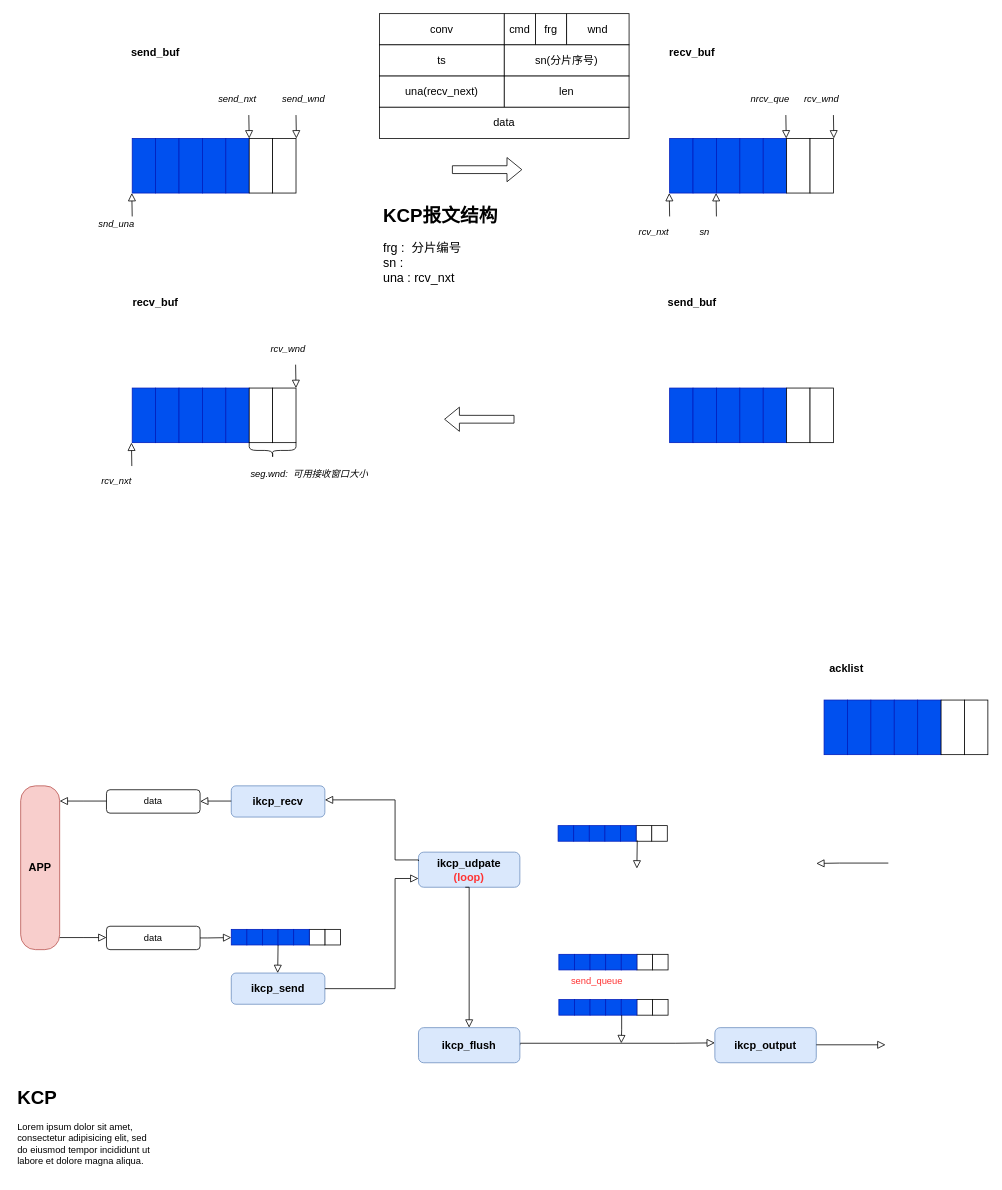
This is kcp-window.drawio from homike/media, a draw.io file, before an edit. Source tidied: cells renumbered, new cells numbered last; positions are measured from the earlier drawing's top-left corner, leaving out a move shared by most shapes. Both pictures are drawn from the tidied source at 78%, with x=0, y=0 at pixel (13, 13).
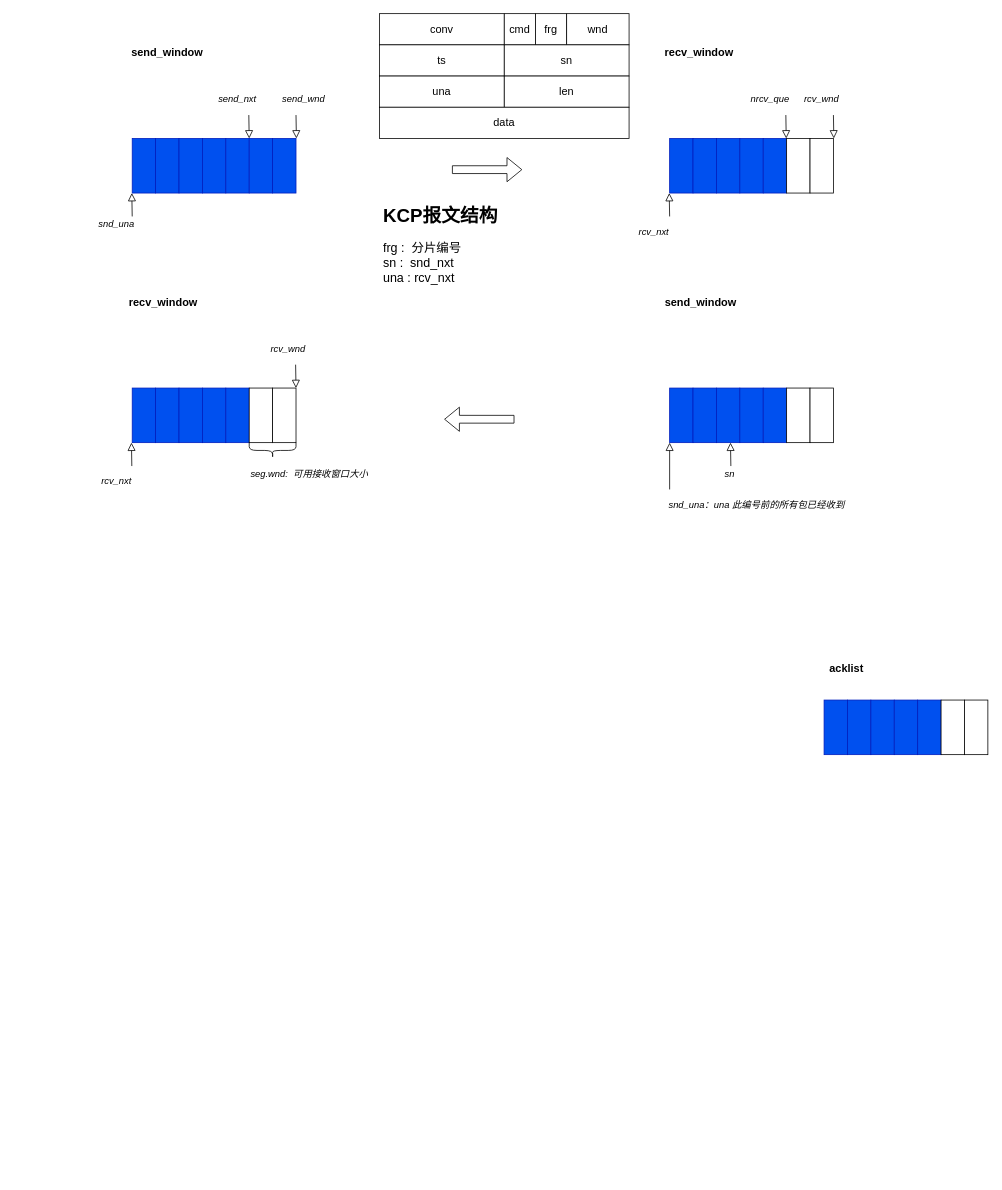
After the change.

Change to the diagram source:
```diff
@@
-    <mxCell id="2" value="APP&lt;br style=&quot;font-size: 14px;&quot;&gt;" style="rounded=1;whiteSpace=wrap;html=1;fontSize=14;glass=0;strokeWidth=1;shadow=0;fillColor=#f8cecc;strokeColor=#b85450;direction=south;arcSize=38;fontStyle=1;" parent="1" vertex="1">
-      <mxGeometry x="9" y="990" width="50" height="210" as="geometry" />
-    </mxCell>
-    <mxCell id="3" value="data" style="rounded=1;whiteSpace=wrap;html=1;fontSize=12;glass=0;strokeWidth=1;shadow=0;" parent="1" vertex="1">
-      <mxGeometry x="119" y="1170" width="120" height="30" as="geometry" />
-    </mxCell>
-    <mxCell id="4" value="data" style="rounded=1;whiteSpace=wrap;html=1;fontSize=12;glass=0;strokeWidth=1;shadow=0;" parent="1" vertex="1">
-      <mxGeometry x="119" y="995" width="120" height="30" as="geometry" />
-    </mxCell>
-    <mxCell id="5" style="rounded=0;html=1;jettySize=auto;orthogonalLoop=1;fontSize=11;endArrow=block;endFill=0;endSize=8;strokeWidth=1;shadow=0;labelBackgroundColor=none;edgeStyle=orthogonalEdgeStyle;exitX=0.067;exitY=0;exitDx=0;exitDy=0;exitPerimeter=0;" parent="1" edge="1">
-      <mxGeometry relative="1" as="geometry">
-        <mxPoint x="119" y="1009.5" as="sourcePoint" />
-        <mxPoint x="59" y="1009.5" as="targetPoint" />
-        <Array as="points">
-          <mxPoint x="89" y="1009.5" />
-          <mxPoint x="89" y="1009.5" />
-        </Array>
-      </mxGeometry>
-    </mxCell>
-    <mxCell id="6" style="rounded=0;html=1;jettySize=auto;orthogonalLoop=1;fontSize=11;endArrow=block;endFill=0;endSize=8;strokeWidth=1;shadow=0;labelBackgroundColor=none;edgeStyle=orthogonalEdgeStyle;exitX=0.067;exitY=0;exitDx=0;exitDy=0;exitPerimeter=0;" parent="1" edge="1">
-      <mxGeometry relative="1" as="geometry">
-        <mxPoint x="59" y="1184.5" as="sourcePoint" />
-        <mxPoint x="119" y="1184.5" as="targetPoint" />
-        <Array as="points">
-          <mxPoint x="89" y="1184.5" />
-          <mxPoint x="89" y="1184.5" />
-        </Array>
-      </mxGeometry>
-    </mxCell>
-    <mxCell id="7" value="ikcp_recv" style="rounded=1;whiteSpace=wrap;html=1;fontSize=14;glass=0;strokeWidth=1;shadow=0;fillColor=#dae8fc;strokeColor=#6c8ebf;fontStyle=1;" parent="1" vertex="1">
-      <mxGeometry x="279" y="990" width="120" height="40" as="geometry" />
-    </mxCell>
-    <mxCell id="8" value="&lt;span style=&quot;font-size: 14px;&quot;&gt;ikcp_send&lt;br style=&quot;font-size: 14px;&quot;&gt;&lt;/span&gt;" style="rounded=1;whiteSpace=wrap;html=1;fontSize=14;glass=0;strokeWidth=1;shadow=0;fillColor=#dae8fc;strokeColor=#6c8ebf;fontStyle=1;" parent="1" vertex="1">
-      <mxGeometry x="279" y="1230" width="120" height="40" as="geometry" />
-    </mxCell>
-    <mxCell id="9" style="rounded=0;whiteSpace=wrap;html=1;fillColor=#0050ef;strokeColor=#001DBC;fontColor=#ffffff;" parent="1" vertex="1">
-      <mxGeometry x="279" y="1174" width="20" height="20" as="geometry" />
-    </mxCell>
-    <mxCell id="10" style="rounded=0;whiteSpace=wrap;html=1;fillColor=#0050ef;strokeColor=#001DBC;fontColor=#ffffff;" parent="1" vertex="1">
-      <mxGeometry x="299" y="1174" width="20" height="20" as="geometry" />
-    </mxCell>
-    <mxCell id="11" style="rounded=0;whiteSpace=wrap;html=1;fillColor=#0050ef;strokeColor=#001DBC;fontColor=#ffffff;" parent="1" vertex="1">
-      <mxGeometry x="319" y="1174" width="20" height="20" as="geometry" />
-    </mxCell>
-    <mxCell id="12" style="rounded=0;whiteSpace=wrap;html=1;" parent="1" vertex="1">
-      <mxGeometry x="399" y="1174" width="20" height="20" as="geometry" />
-    </mxCell>
-    <mxCell id="13" style="rounded=0;whiteSpace=wrap;html=1;" parent="1" vertex="1">
-      <mxGeometry x="379" y="1174" width="20" height="20" as="geometry" />
-    </mxCell>
-    <mxCell id="14" style="rounded=0;whiteSpace=wrap;html=1;fillColor=#0050ef;strokeColor=#001DBC;fontColor=#ffffff;" parent="1" vertex="1">
-      <mxGeometry x="339" y="1174" width="20" height="20" as="geometry" />
-    </mxCell>
-    <mxCell id="15" style="rounded=0;whiteSpace=wrap;html=1;fillColor=#0050ef;strokeColor=#001DBC;fontColor=#ffffff;" parent="1" vertex="1">
-      <mxGeometry x="359" y="1174" width="20" height="20" as="geometry" />
-    </mxCell>
-    <mxCell id="16" style="rounded=0;html=1;jettySize=auto;orthogonalLoop=1;fontSize=11;endArrow=block;endFill=0;endSize=8;strokeWidth=1;shadow=0;labelBackgroundColor=none;edgeStyle=orthogonalEdgeStyle;" parent="1" edge="1">
-      <mxGeometry relative="1" as="geometry">
-        <mxPoint x="239" y="1185" as="sourcePoint" />
-        <mxPoint x="279" y="1184.5" as="targetPoint" />
-        <Array as="points">
-          <mxPoint x="249" y="1184.5" />
-          <mxPoint x="249" y="1184.5" />
-        </Array>
-      </mxGeometry>
-    </mxCell>
-    <mxCell id="17" style="rounded=0;html=1;jettySize=auto;orthogonalLoop=1;fontSize=11;endArrow=block;endFill=0;endSize=8;strokeWidth=1;shadow=0;labelBackgroundColor=none;edgeStyle=orthogonalEdgeStyle;" parent="1" edge="1">
-      <mxGeometry relative="1" as="geometry">
-        <mxPoint x="279" y="1009.5" as="sourcePoint" />
-        <mxPoint x="239" y="1010" as="targetPoint" />
-        <Array as="points">
-          <mxPoint x="249" y="1009.5" />
-          <mxPoint x="249" y="1009.5" />
-        </Array>
-      </mxGeometry>
-    </mxCell>
-    <mxCell id="18" style="rounded=0;html=1;jettySize=auto;fontSize=11;endArrow=block;endFill=0;endSize=8;strokeWidth=1;shadow=0;labelBackgroundColor=none;edgeStyle=orthogonalEdgeStyle;exitX=1;exitY=1;exitDx=0;exitDy=0;" parent="1" edge="1" source="11">
-      <mxGeometry y="20" relative="1" as="geometry">
-        <mxPoint x="338.5" y="1230" as="targetPoint" />
-      </mxGeometry>
-    </mxCell>
-    <mxCell id="19" value="ikcp_udpate&lt;br&gt;&lt;font color=&quot;#ff3333&quot;&gt;(loop)&lt;/font&gt;" style="rounded=1;whiteSpace=wrap;html=1;fontSize=14;glass=0;strokeWidth=1;shadow=0;fillColor=#dae8fc;strokeColor=#6c8ebf;fontStyle=1;" parent="1" vertex="1">
-      <mxGeometry x="519" y="1075" width="130" height="45" as="geometry" />
-    </mxCell>
@@
-    <mxCell id="21" style="rounded=0;html=1;jettySize=auto;fontSize=11;endArrow=block;endFill=0;endSize=8;strokeWidth=1;shadow=0;labelBackgroundColor=none;edgeStyle=orthogonalEdgeStyle;exitX=1;exitY=0.5;exitDx=0;exitDy=0;entryX=0;entryY=0.75;entryDx=0;entryDy=0;" parent="1" edge="1" source="8" target="19">
-      <mxGeometry relative="1" as="geometry">
-        <Array as="points">
-          <mxPoint x="489" y="1250" />
-          <mxPoint x="489" y="1109" />
-        </Array>
-      </mxGeometry>
-    </mxCell>
-    <mxCell id="22" style="rounded=0;html=1;jettySize=auto;fontSize=11;endArrow=block;endFill=0;endSize=8;strokeWidth=1;shadow=0;labelBackgroundColor=none;edgeStyle=orthogonalEdgeStyle;exitX=0;exitY=0.25;exitDx=0;exitDy=0;" parent="1" edge="1" source="19">
-      <mxGeometry relative="1" as="geometry">
-        <mxPoint x="399" y="1008" as="targetPoint" />
-        <Array as="points">
-          <mxPoint x="489" y="1085" />
-          <mxPoint x="489" y="1008" />
-        </Array>
-      </mxGeometry>
-    </mxCell>
-    <mxCell id="23" style="rounded=0;html=1;jettySize=auto;fontSize=11;endArrow=block;endFill=0;endSize=8;strokeWidth=1;shadow=0;labelBackgroundColor=none;edgeStyle=orthogonalEdgeStyle;exitX=1;exitY=0.5;exitDx=0;exitDy=0;" parent="1" edge="1" source="24">
-      <mxGeometry relative="1" as="geometry">
-        <mxPoint x="899" y="1319.5" as="targetPoint" />
-        <Array as="points">
-          <mxPoint x="649" y="1320" />
-          <mxPoint x="849" y="1320" />
-        </Array>
-      </mxGeometry>
-    </mxCell>
-    <mxCell id="24" value="ikcp_flush" style="rounded=1;whiteSpace=wrap;html=1;fontSize=14;glass=0;strokeWidth=1;shadow=0;fillColor=#dae8fc;strokeColor=#6c8ebf;fontStyle=1;" parent="1" vertex="1">
-      <mxGeometry x="519" y="1300" width="130" height="45" as="geometry" />
-    </mxCell>
-    <mxCell id="25" value="ikcp_output" style="rounded=1;whiteSpace=wrap;html=1;fontSize=14;glass=0;strokeWidth=1;shadow=0;fillColor=#dae8fc;strokeColor=#6c8ebf;fontStyle=1;" parent="1" vertex="1">
-      <mxGeometry x="899" y="1300" width="130" height="45" as="geometry" />
-    </mxCell>
-    <mxCell id="26" style="rounded=0;whiteSpace=wrap;html=1;fillColor=#0050ef;strokeColor=#001DBC;fontColor=#ffffff;" parent="1" vertex="1">
-      <mxGeometry x="699" y="1206" width="20" height="20" as="geometry" />
-    </mxCell>
-    <mxCell id="27" style="rounded=0;whiteSpace=wrap;html=1;fillColor=#0050ef;strokeColor=#001DBC;fontColor=#ffffff;" parent="1" vertex="1">
-      <mxGeometry x="719" y="1206" width="20" height="20" as="geometry" />
-    </mxCell>
-    <mxCell id="28" style="rounded=0;whiteSpace=wrap;html=1;fillColor=#0050ef;strokeColor=#001DBC;fontColor=#ffffff;" parent="1" vertex="1">
-      <mxGeometry x="739" y="1206" width="20" height="20" as="geometry" />
-    </mxCell>
-    <mxCell id="29" style="rounded=0;whiteSpace=wrap;html=1;" parent="1" vertex="1">
-      <mxGeometry x="819" y="1206" width="20" height="20" as="geometry" />
-    </mxCell>
-    <mxCell id="30" style="rounded=0;whiteSpace=wrap;html=1;" parent="1" vertex="1">
-      <mxGeometry x="799" y="1206" width="20" height="20" as="geometry" />
-    </mxCell>
-    <mxCell id="31" style="rounded=0;whiteSpace=wrap;html=1;fillColor=#0050ef;strokeColor=#001DBC;fontColor=#ffffff;" parent="1" vertex="1">
-      <mxGeometry x="759" y="1206" width="20" height="20" as="geometry" />
-    </mxCell>
-    <mxCell id="32" style="rounded=0;whiteSpace=wrap;html=1;fillColor=#0050ef;strokeColor=#001DBC;fontColor=#ffffff;" parent="1" vertex="1">
-      <mxGeometry x="779" y="1206" width="20" height="20" as="geometry" />
-    </mxCell>
-    <mxCell id="33" style="rounded=0;whiteSpace=wrap;html=1;fillColor=#0050ef;strokeColor=#001DBC;fontColor=#ffffff;" parent="1" vertex="1">
-      <mxGeometry x="699" y="1264" width="20" height="20" as="geometry" />
-    </mxCell>
-    <mxCell id="34" style="rounded=0;whiteSpace=wrap;html=1;fillColor=#0050ef;strokeColor=#001DBC;fontColor=#ffffff;" parent="1" vertex="1">
-      <mxGeometry x="719" y="1264" width="20" height="20" as="geometry" />
-    </mxCell>
-    <mxCell id="35" style="rounded=0;whiteSpace=wrap;html=1;fillColor=#0050ef;strokeColor=#001DBC;fontColor=#ffffff;" parent="1" vertex="1">
-      <mxGeometry x="739" y="1264" width="20" height="20" as="geometry" />
-    </mxCell>
-    <mxCell id="36" style="rounded=0;whiteSpace=wrap;html=1;" parent="1" vertex="1">
-      <mxGeometry x="819" y="1264" width="20" height="20" as="geometry" />
-    </mxCell>
-    <mxCell id="37" style="rounded=0;whiteSpace=wrap;html=1;" parent="1" vertex="1">
-      <mxGeometry x="799" y="1264" width="20" height="20" as="geometry" />
-    </mxCell>
-    <mxCell id="38" style="rounded=0;whiteSpace=wrap;html=1;fillColor=#0050ef;strokeColor=#001DBC;fontColor=#ffffff;" parent="1" vertex="1">
-      <mxGeometry x="759" y="1264" width="20" height="20" as="geometry" />
-    </mxCell>
-    <mxCell id="39" style="rounded=0;whiteSpace=wrap;html=1;fillColor=#0050ef;strokeColor=#001DBC;fontColor=#ffffff;" parent="1" vertex="1">
-      <mxGeometry x="779" y="1264" width="20" height="20" as="geometry" />
-    </mxCell>
-    <mxCell id="40" style="rounded=0;html=1;jettySize=auto;fontSize=11;endArrow=block;endFill=0;endSize=8;strokeWidth=1;shadow=0;labelBackgroundColor=none;edgeStyle=orthogonalEdgeStyle;" parent="1" edge="1" target="24">
-      <mxGeometry y="20" relative="1" as="geometry">
-        <mxPoint x="579" y="1120" as="sourcePoint" />
-        <Array as="points">
-          <mxPoint x="584" y="1120" />
-        </Array>
-      </mxGeometry>
-    </mxCell>
@@
-    <mxCell id="42" style="rounded=0;html=1;jettySize=auto;orthogonalLoop=1;fontSize=11;endArrow=block;endFill=0;endSize=8;strokeWidth=1;shadow=0;labelBackgroundColor=none;edgeStyle=orthogonalEdgeStyle;exitX=1;exitY=1;exitDx=0;exitDy=0;" parent="1" edge="1">
-      <mxGeometry y="20" relative="1" as="geometry">
-        <mxPoint x="779.5" y="1284" as="sourcePoint" />
-        <mxPoint x="779" y="1320" as="targetPoint" />
-        <Array as="points">
-          <mxPoint x="780" y="1302" />
-        </Array>
-      </mxGeometry>
-    </mxCell>
-    <mxCell id="43" style="rounded=0;whiteSpace=wrap;html=1;fillColor=#0050ef;strokeColor=#001DBC;fontColor=#ffffff;" parent="1" vertex="1">
-      <mxGeometry x="698" y="1041" width="20" height="20" as="geometry" />
-    </mxCell>
-    <mxCell id="44" style="rounded=0;whiteSpace=wrap;html=1;fillColor=#0050ef;strokeColor=#001DBC;fontColor=#ffffff;" parent="1" vertex="1">
-      <mxGeometry x="718" y="1041" width="20" height="20" as="geometry" />
-    </mxCell>
-    <mxCell id="45" style="rounded=0;whiteSpace=wrap;html=1;fillColor=#0050ef;strokeColor=#001DBC;fontColor=#ffffff;" parent="1" vertex="1">
-      <mxGeometry x="738" y="1041" width="20" height="20" as="geometry" />
-    </mxCell>
-    <mxCell id="46" style="rounded=0;whiteSpace=wrap;html=1;" parent="1" vertex="1">
-      <mxGeometry x="818" y="1041" width="20" height="20" as="geometry" />
-    </mxCell>
-    <mxCell id="47" style="rounded=0;whiteSpace=wrap;html=1;" parent="1" vertex="1">
-      <mxGeometry x="798" y="1041" width="20" height="20" as="geometry" />
-    </mxCell>
-    <mxCell id="48" style="rounded=0;whiteSpace=wrap;html=1;fillColor=#0050ef;strokeColor=#001DBC;fontColor=#ffffff;" parent="1" vertex="1">
-      <mxGeometry x="758" y="1041" width="20" height="20" as="geometry" />
-    </mxCell>
-    <mxCell id="49" style="rounded=0;whiteSpace=wrap;html=1;fillColor=#0050ef;strokeColor=#001DBC;fontColor=#ffffff;" parent="1" vertex="1">
-      <mxGeometry x="778" y="1041" width="20" height="20" as="geometry" />
-    </mxCell>
-    <mxCell id="50" style="rounded=0;html=1;jettySize=auto;orthogonalLoop=1;fontSize=11;endArrow=block;endFill=0;endSize=8;strokeWidth=1;shadow=0;labelBackgroundColor=none;edgeStyle=orthogonalEdgeStyle;exitX=1;exitY=1;exitDx=0;exitDy=0;" parent="1" edge="1">
-      <mxGeometry y="20" relative="1" as="geometry">
-        <mxPoint x="799.5" y="1060" as="sourcePoint" />
-        <mxPoint x="799" y="1096" as="targetPoint" />
-      </mxGeometry>
-    </mxCell>
@@
-    <mxCell id="53" value="send_queue" style="text;html=1;strokeColor=none;fillColor=none;align=center;verticalAlign=middle;whiteSpace=wrap;rounded=0;fontColor=#FF3333;" parent="1" vertex="1">
-      <mxGeometry x="728" y="1230" width="40" height="20" as="geometry" />
-    </mxCell>
-    <mxCell id="54" style="rounded=0;html=1;jettySize=auto;orthogonalLoop=1;fontSize=11;endArrow=block;endFill=0;endSize=8;strokeWidth=1;shadow=0;labelBackgroundColor=none;edgeStyle=orthogonalEdgeStyle;exitX=0.05;exitY=0.96;exitDx=0;exitDy=0;exitPerimeter=0;" parent="1" edge="1">
-      <mxGeometry relative="1" as="geometry">
-        <mxPoint x="1121.4" y="1089" as="sourcePoint" />
-        <mxPoint x="1029" y="1089.5" as="targetPoint" />
-        <Array as="points">
-          <mxPoint x="1059" y="1089" />
-        </Array>
-      </mxGeometry>
-    </mxCell>
-    <mxCell id="55" style="rounded=0;html=1;jettySize=auto;orthogonalLoop=1;fontSize=11;endArrow=block;endFill=0;endSize=8;strokeWidth=1;shadow=0;labelBackgroundColor=none;edgeStyle=orthogonalEdgeStyle;exitX=0.067;exitY=0;exitDx=0;exitDy=0;exitPerimeter=0;entryX=0.882;entryY=1.02;entryDx=0;entryDy=0;entryPerimeter=0;" parent="1" edge="1">
-      <mxGeometry relative="1" as="geometry">
-        <mxPoint x="1029" y="1322" as="sourcePoint" />
-        <mxPoint x="1117.8" y="1322" as="targetPoint" />
-      </mxGeometry>
-    </mxCell>
-    <mxCell id="56" value="send_buf" style="text;html=1;strokeColor=none;fillColor=none;align=center;verticalAlign=middle;whiteSpace=wrap;rounded=0;fontSize=14;fontStyle=1;" parent="1" vertex="1">
-      <mxGeometry x="162" y="40" width="40" height="20" as="geometry" />
+    <mxCell id="56" value="send_window" style="text;html=1;strokeColor=none;fillColor=none;align=center;verticalAlign=middle;whiteSpace=wrap;rounded=0;fontSize=14;fontStyle=1;" parent="1" vertex="1">
+      <mxGeometry x="177" y="40" width="40" height="20" as="geometry" />
     </mxCell>
-    <mxCell id="57" value="&lt;h1&gt;KCP&lt;/h1&gt;&lt;p&gt;Lorem ipsum dolor sit amet, consectetur adipisicing elit, sed do eiusmod tempor incididunt ut labore et dolore magna aliqua.&lt;/p&gt;" style="text;html=1;strokeColor=none;fillColor=none;spacing=5;spacingTop=-20;whiteSpace=wrap;overflow=hidden;rounded=0;" parent="1" vertex="1">
-      <mxGeometry y="1370" width="190" height="120" as="geometry" />
-    </mxCell>
@@
-    <mxCell id="62" style="rounded=0;whiteSpace=wrap;html=1;" parent="1" vertex="1">
+    <mxCell id="62" style="rounded=0;whiteSpace=wrap;html=1;fillColor=#0050ef;strokeColor=#001DBC;fontColor=#ffffff;" parent="1" vertex="1">
       <mxGeometry x="302" y="160" width="30" height="70" as="geometry" />
     </mxCell>
-    <mxCell id="63" style="rounded=0;whiteSpace=wrap;html=1;" parent="1" vertex="1">
+    <mxCell id="63" style="rounded=0;whiteSpace=wrap;html=1;fillColor=#0050ef;strokeColor=#001DBC;fontColor=#ffffff;" parent="1" vertex="1">
       <mxGeometry x="332" y="160" width="30" height="70" as="geometry" />
     </mxCell>
@@
-    <mxCell id="65" value="recv_buf" style="text;html=1;strokeColor=none;fillColor=none;align=center;verticalAlign=middle;whiteSpace=wrap;rounded=0;fontSize=14;fontStyle=1;" parent="1" vertex="1">
-      <mxGeometry x="850" y="40" width="40" height="20" as="geometry" />
+    <mxCell id="65" value="recv_window" style="text;html=1;strokeColor=none;fillColor=none;align=center;verticalAlign=middle;whiteSpace=wrap;rounded=0;fontSize=14;fontStyle=1;" parent="1" vertex="1">
+      <mxGeometry x="859" y="40" width="40" height="20" as="geometry" />
     </mxCell>
@@
-    <mxCell id="73" value="recv_buf" style="text;html=1;strokeColor=none;fillColor=none;align=center;verticalAlign=middle;whiteSpace=wrap;rounded=0;fontSize=14;fontStyle=1;" parent="1" vertex="1">
-      <mxGeometry x="162" y="360" width="40" height="20" as="geometry" />
+    <mxCell id="73" value="recv_window" style="text;html=1;strokeColor=none;fillColor=none;align=center;verticalAlign=middle;whiteSpace=wrap;rounded=0;fontSize=14;fontStyle=1;" parent="1" vertex="1">
+      <mxGeometry x="172" y="360" width="40" height="20" as="geometry" />
     </mxCell>
@@
-    <mxCell id="81" value="send_buf" style="text;html=1;strokeColor=none;fillColor=none;align=center;verticalAlign=middle;whiteSpace=wrap;rounded=0;fontSize=14;fontStyle=1;" parent="1" vertex="1">
-      <mxGeometry x="850" y="360" width="40" height="20" as="geometry" />
+    <mxCell id="81" value="send_window" style="text;html=1;strokeColor=none;fillColor=none;align=center;verticalAlign=middle;whiteSpace=wrap;rounded=0;fontSize=14;fontStyle=1;" parent="1" vertex="1">
+      <mxGeometry x="861" y="360" width="40" height="20" as="geometry" />
     </mxCell>
@@
-    <mxCell id="95" value="sn" style="text;html=1;strokeColor=none;fillColor=none;align=center;verticalAlign=middle;whiteSpace=wrap;rounded=0;fontStyle=2;" parent="1" vertex="1">
-      <mxGeometry x="866" y="270" width="40" height="20" as="geometry" />
-    </mxCell>
-    <mxCell id="96" style="rounded=0;html=1;jettySize=auto;orthogonalLoop=1;fontSize=11;endArrow=block;endFill=0;endSize=8;strokeWidth=1;shadow=0;labelBackgroundColor=none;edgeStyle=orthogonalEdgeStyle;" parent="1" edge="1">
-      <mxGeometry y="20" relative="1" as="geometry">
-        <mxPoint x="901" y="260" as="sourcePoint" />
-        <mxPoint x="900.5" y="230" as="targetPoint" />
-      </mxGeometry>
-    </mxCell>
@@
-    <mxCell id="115" value="una(recv_next)" style="rounded=0;whiteSpace=wrap;html=1;fontSize=14;fontColor=#000000;align=center;" parent="1" vertex="1">
+    <mxCell id="115" value="una" style="rounded=0;whiteSpace=wrap;html=1;fontSize=14;fontColor=#000000;align=center;" parent="1" vertex="1">
       <mxGeometry x="469" y="80" width="160" height="40" as="geometry" />
     </mxCell>
@@
-    <mxCell id="119" value="sn(分片序号)" style="rounded=0;whiteSpace=wrap;html=1;fontSize=14;fontColor=#000000;align=center;" parent="1" vertex="1">
+    <mxCell id="119" value="sn" style="rounded=0;whiteSpace=wrap;html=1;fontSize=14;fontColor=#000000;align=center;" parent="1" vertex="1">
       <mxGeometry x="629" y="40" width="160" height="40" as="geometry" />
     </mxCell>
@@
-    <mxCell id="124" value="&lt;h1&gt;KCP报文结构&lt;/h1&gt;&lt;p style=&quot;font-size: 16px&quot;&gt;frg :&amp;nbsp; 分片编号&amp;nbsp;&lt;br&gt;sn :&amp;nbsp;&lt;br&gt;una : rcv_nxt&amp;nbsp;&lt;br&gt;&lt;/p&gt;" style="text;html=1;strokeColor=none;fillColor=none;spacing=5;spacingTop=-20;whiteSpace=wrap;overflow=hidden;rounded=0;" parent="1" vertex="1">
+    <mxCell id="124" value="&lt;h1&gt;KCP报文结构&lt;/h1&gt;&lt;p style=&quot;font-size: 16px&quot;&gt;frg :&amp;nbsp; 分片编号&amp;nbsp;&lt;br&gt;sn :&amp;nbsp;&amp;nbsp;snd_nxt&lt;br&gt;una : rcv_nxt&amp;nbsp;&lt;br&gt;&lt;/p&gt;" style="text;html=1;strokeColor=none;fillColor=none;spacing=5;spacingTop=-20;whiteSpace=wrap;overflow=hidden;rounded=0;" parent="1" vertex="1">
       <mxGeometry x="469" y="240" width="320" height="150" as="geometry" />
     </mxCell>
+    <mxCell id="125" style="rounded=0;html=1;jettySize=auto;orthogonalLoop=1;fontSize=11;endArrow=block;endFill=0;endSize=8;strokeWidth=1;shadow=0;labelBackgroundColor=none;edgeStyle=orthogonalEdgeStyle;" parent="1" edge="1">
+      <mxGeometry y="20" relative="1" as="geometry">
+        <mxPoint x="841" y="610" as="sourcePoint" />
+        <mxPoint x="841" y="550" as="targetPoint" />
+      </mxGeometry>
+    </mxCell>
+    <mxCell id="126" value="snd_una：una 此编号前的所有包已经收到" style="text;html=1;strokeColor=none;fillColor=none;align=left;verticalAlign=middle;whiteSpace=wrap;rounded=0;fontStyle=2;" parent="1" vertex="1">
+      <mxGeometry x="838" y="620" width="248" height="20" as="geometry" />
+    </mxCell>
+    <mxCell id="127" style="rounded=0;html=1;jettySize=auto;orthogonalLoop=1;fontSize=11;endArrow=block;endFill=0;endSize=8;strokeWidth=1;shadow=0;labelBackgroundColor=none;edgeStyle=orthogonalEdgeStyle;" parent="1" edge="1">
+      <mxGeometry y="20" relative="1" as="geometry">
+        <mxPoint x="919.5" y="580" as="sourcePoint" />
+        <mxPoint x="919" y="550" as="targetPoint" />
+      </mxGeometry>
+    </mxCell>
+    <mxCell id="95" value="sn" style="text;html=1;strokeColor=none;fillColor=none;align=left;verticalAlign=middle;whiteSpace=wrap;rounded=0;fontStyle=2;" parent="1" vertex="1">
+      <mxGeometry x="910" y="580" width="40" height="20" as="geometry" />
+    </mxCell>
```
